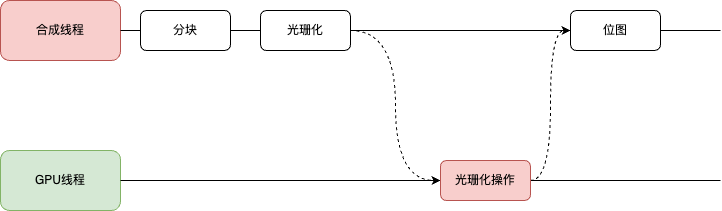
Above: 浏览器:光珊化.drawio.png in JYbill/draw (draw.io), before the change. Source tidied: cells renumbered, new cells last; positions are measured from the earlier drawing's top-left corner, leaving out a move shared by most shapes. Source of this version:
```xml
<mxGraphModel>
  <root>
    <mxCell id="0" />
    <mxCell id="1" parent="0" />
    <mxCell id="2" value="合成线程" style="rounded=1;whiteSpace=wrap;html=1;fillColor=#f8cecc;strokeColor=#b85450;" parent="1" vertex="1">
      <mxGeometry width="120" height="60" as="geometry" />
    </mxCell>
    <mxCell id="3" style="endArrow=none;html=1;rounded=0;exitX=1;exitY=0.5;exitDx=0;exitDy=0;" parent="1" edge="1" source="2">
      <mxGeometry relative="1" as="geometry">
        <mxPoint x="720" y="30" as="targetPoint" />
      </mxGeometry>
    </mxCell>
    <mxCell id="4" value="分块" style="rounded=1;whiteSpace=wrap;html=1;" parent="1" vertex="1">
      <mxGeometry x="140" y="10" width="90" height="40" as="geometry" />
    </mxCell>
    <mxCell id="5" style="edgeStyle=orthogonalEdgeStyle;rounded=0;jettySize=auto;html=1;exitX=1;exitY=0.5;exitDx=0;exitDy=0;entryX=0;entryY=0.5;entryDx=0;entryDy=0;curved=1;dashed=1;" parent="1" edge="1" source="6" target="11">
      <mxGeometry relative="1" as="geometry" />
    </mxCell>
    <mxCell id="6" value="光珊化" style="rounded=1;whiteSpace=wrap;html=1;" parent="1" vertex="1">
      <mxGeometry x="260" y="10" width="90" height="40" as="geometry" />
    </mxCell>
    <mxCell id="7" value="GPU线程" style="rounded=1;whiteSpace=wrap;html=1;fillColor=#d5e8d4;strokeColor=#82b366;" parent="1" vertex="1">
      <mxGeometry y="150" width="120" height="60" as="geometry" />
    </mxCell>
    <mxCell id="8" style="endArrow=none;html=1;rounded=0;exitX=1;exitY=0.5;exitDx=0;exitDy=0;" parent="1" edge="1" source="11">
      <mxGeometry relative="1" as="geometry">
        <mxPoint x="720" y="180" as="targetPoint" />
      </mxGeometry>
    </mxCell>
    <mxCell id="9" style="endArrow=none;html=1;rounded=0;exitX=1;exitY=0.5;exitDx=0;exitDy=0;" parent="1" edge="1" source="7" target="11">
      <mxGeometry relative="1" as="geometry" />
    </mxCell>
    <mxCell id="10" style="edgeStyle=orthogonalEdgeStyle;rounded=0;jettySize=auto;html=1;exitX=1;exitY=0.5;exitDx=0;exitDy=0;entryX=0;entryY=0.5;entryDx=0;entryDy=0;curved=1;dashed=1;" parent="1" edge="1" source="11" target="12">
      <mxGeometry relative="1" as="geometry" />
    </mxCell>
    <mxCell id="11" value="光珊化操作" style="rounded=1;whiteSpace=wrap;html=1;fillColor=#f8cecc;strokeColor=#b85450;" parent="1" vertex="1">
      <mxGeometry x="440" y="160" width="90" height="40" as="geometry" />
    </mxCell>
    <mxCell id="12" value="位图" style="rounded=1;whiteSpace=wrap;html=1;" parent="1" vertex="1">
      <mxGeometry x="570" y="10" width="90" height="40" as="geometry" />
    </mxCell>
  </root>
</mxGraphModel>
```
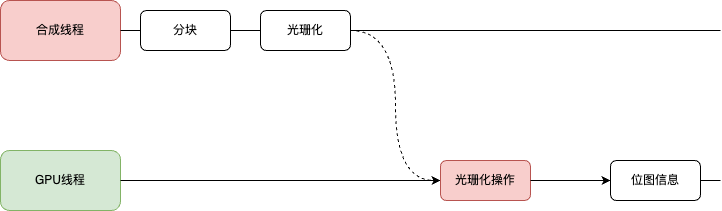
The same diagram one commit later.

Commit message:
更新浏览器:光珊化.drawio.png

Change to the diagram source:
```diff
@@ -22,7 +22,7 @@
     <mxCell id="7" value="GPU线程" style="rounded=1;whiteSpace=wrap;html=1;fillColor=#d5e8d4;strokeColor=#82b366;" parent="1" vertex="1">
       <mxGeometry y="150" width="120" height="60" as="geometry" />
     </mxCell>
-    <mxCell id="8" style="endArrow=none;html=1;rounded=0;exitX=1;exitY=0.5;exitDx=0;exitDy=0;" parent="1" edge="1" source="11">
+    <mxCell id="8" style="endArrow=none;html=1;rounded=0;exitX=1;exitY=0.5;exitDx=0;exitDy=0;" parent="1" edge="1" source="12">
       <mxGeometry relative="1" as="geometry">
         <mxPoint x="720" y="180" as="targetPoint" />
       </mxGeometry>
@@ -36,8 +36,11 @@
     <mxCell id="11" value="光珊化操作" style="rounded=1;whiteSpace=wrap;html=1;fillColor=#f8cecc;strokeColor=#b85450;" parent="1" vertex="1">
       <mxGeometry x="440" y="160" width="90" height="40" as="geometry" />
     </mxCell>
+    <mxCell id="13" style="endArrow=none;html=1;rounded=0;exitX=1;exitY=0.5;exitDx=0;exitDy=0;" parent="1" edge="1" source="11" target="12">
+      <mxGeometry relative="1" as="geometry" />
+    </mxCell>
-    <mxCell id="12" value="位图" style="rounded=1;whiteSpace=wrap;html=1;" parent="1" vertex="1">
-      <mxGeometry x="570" y="10" width="90" height="40" as="geometry" />
+    <mxCell id="12" value="位图信息" style="rounded=1;whiteSpace=wrap;html=1;" parent="1" vertex="1">
+      <mxGeometry x="610" y="160" width="90" height="40" as="geometry" />
     </mxCell>
   </root>
 </mxGraphModel>
```
